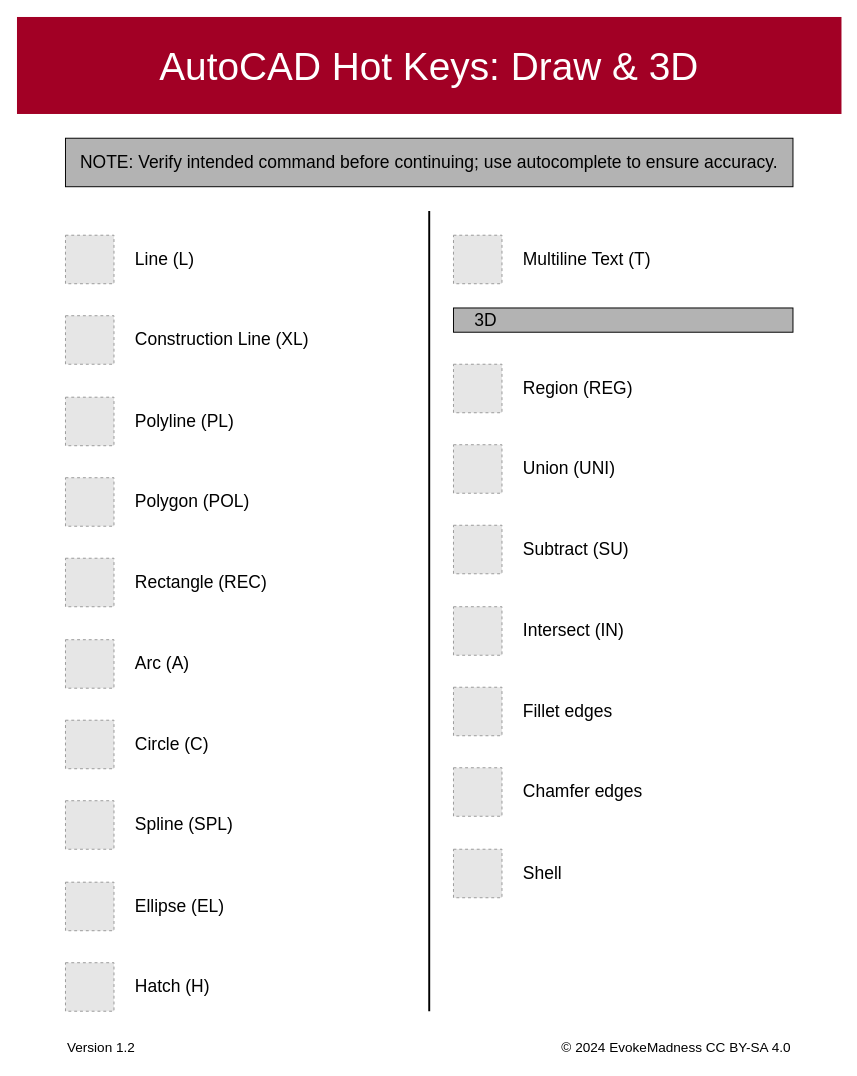
Before: page "Draw" (2 of 4) of src/drawio/autoCAD-hot-keys.drawio in EvokeMadness/AutoCAD-hot-keys, a draw.io diagram. Source tidied: cells renumbered, new cells numbered last; positions are measured from the earlier drawing's top-left corner, leaving out a move shared by most shapes. Both pictures are drawn from the tidied source at 97%, with x=0, y=0 at pixel (16, 16). Pictures stored in the file or linked from it are replaced by grey dashed boxes.
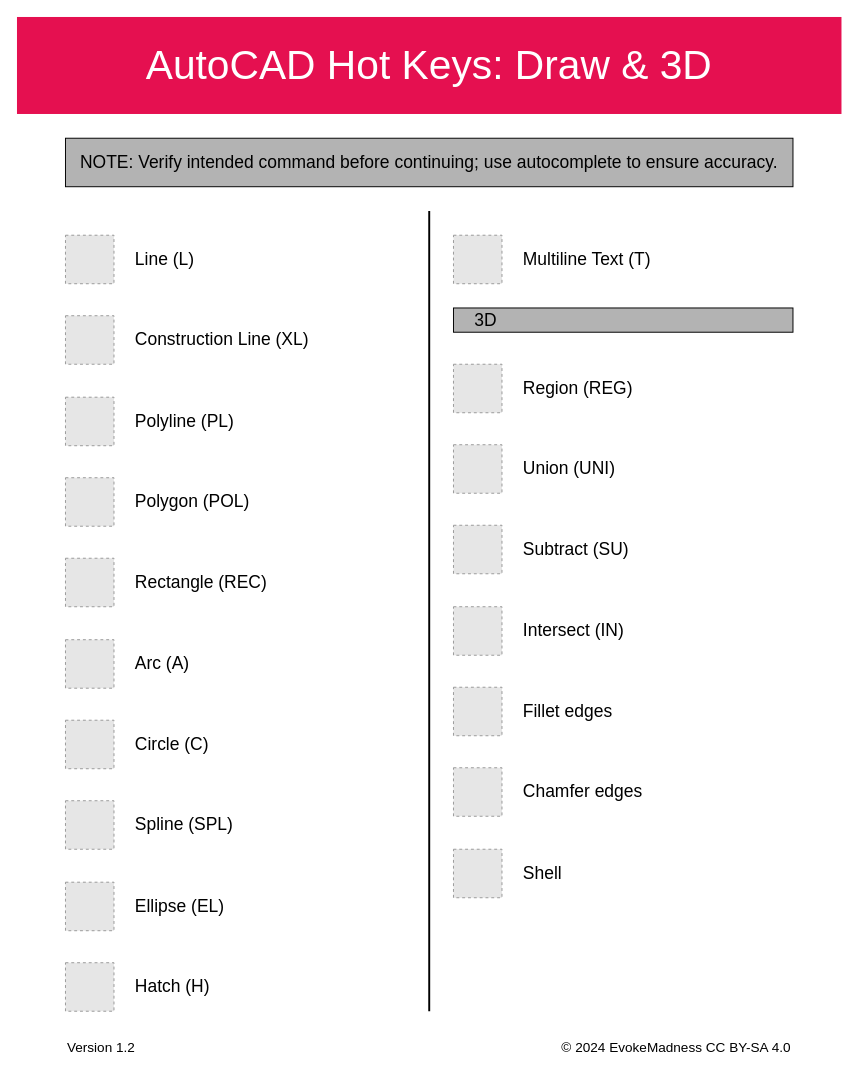
The same page after the edit.

The edit, as a diff of the source:
```diff
@@
-    <mxCell id="24" value="&lt;font&gt;&lt;font style=&quot;text-align: left; text-wrap-mode: nowrap;&quot;&gt;AutoCAD Hot Keys:&amp;nbsp;&lt;/font&gt;&lt;font style=&quot;text-align: left; text-wrap-mode: nowrap;&quot;&gt;Draw &amp;amp; 3D&lt;/font&gt;&lt;/font&gt;" style="rounded=0;whiteSpace=wrap;fillColor=#A20025;html=1;strokeColor=none;fontFamily=Helvetica;fontColor=#FFFFFF;textShadow=0;shadow=0;fontSize=40;labelBackgroundColor=none;align=center;verticalAlign=middle;" parent="1" vertex="1">
+    <mxCell id="24" value="&lt;font&gt;&lt;font style=&quot;text-align: left; text-wrap-mode: nowrap;&quot;&gt;AutoCAD Hot Keys:&amp;nbsp;&lt;/font&gt;&lt;font style=&quot;text-align: left; text-wrap-mode: nowrap;&quot;&gt;Draw &amp;amp; 3D&lt;/font&gt;&lt;/font&gt;" style="rounded=0;whiteSpace=wrap;fillColor=#E51050;html=1;strokeColor=none;fontFamily=Helvetica;fontColor=#FFFFFF;textShadow=0;shadow=0;fontSize=42;labelBackgroundColor=none;align=center;verticalAlign=middle;" parent="1" vertex="1">
       <mxGeometry width="850" height="100" as="geometry" />
     </mxCell>
```
